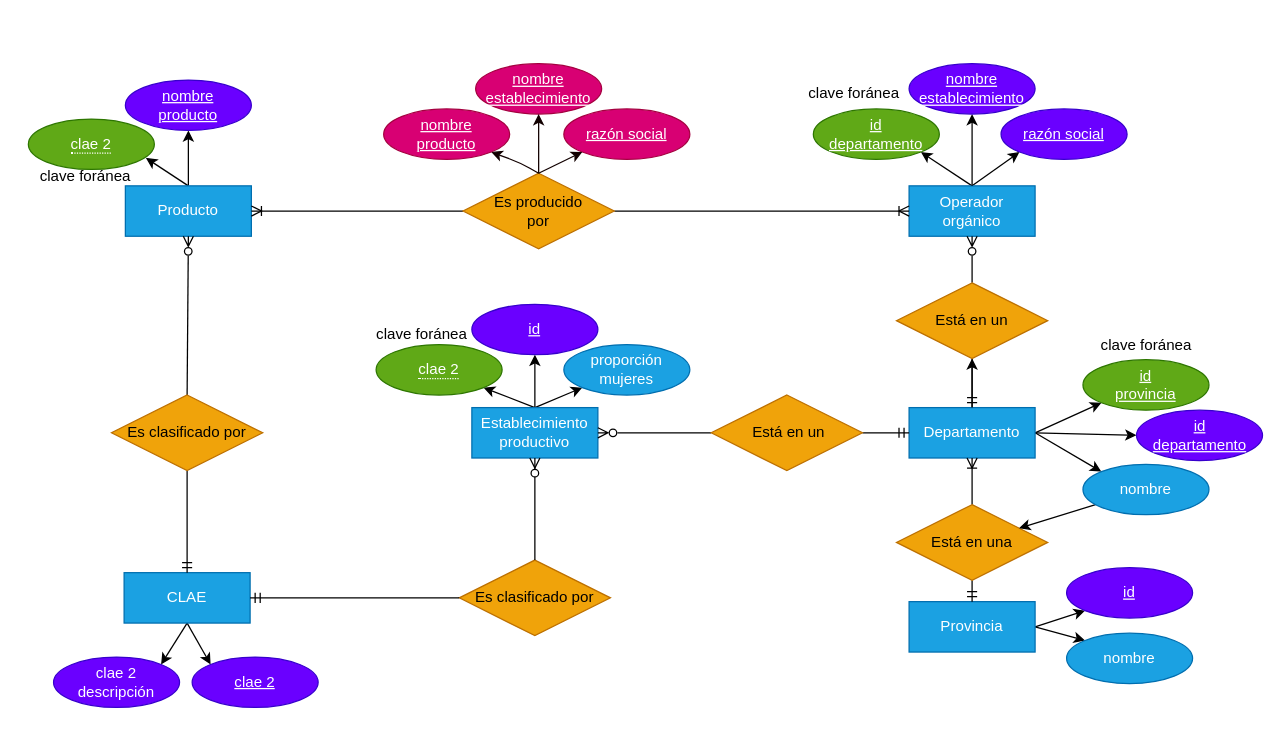
Earlier version of the draw.io diagram DER.drawio (MarioSigal/TPs-Laboratorio_de_Datos). Source tidied: cells renumbered, new cells numbered last; positions are measured from the earlier drawing's top-left corner, leaving out a move shared by most shapes. Both pictures are drawn from the tidied source at 126%, with x=0, y=0 at pixel (21, 63).
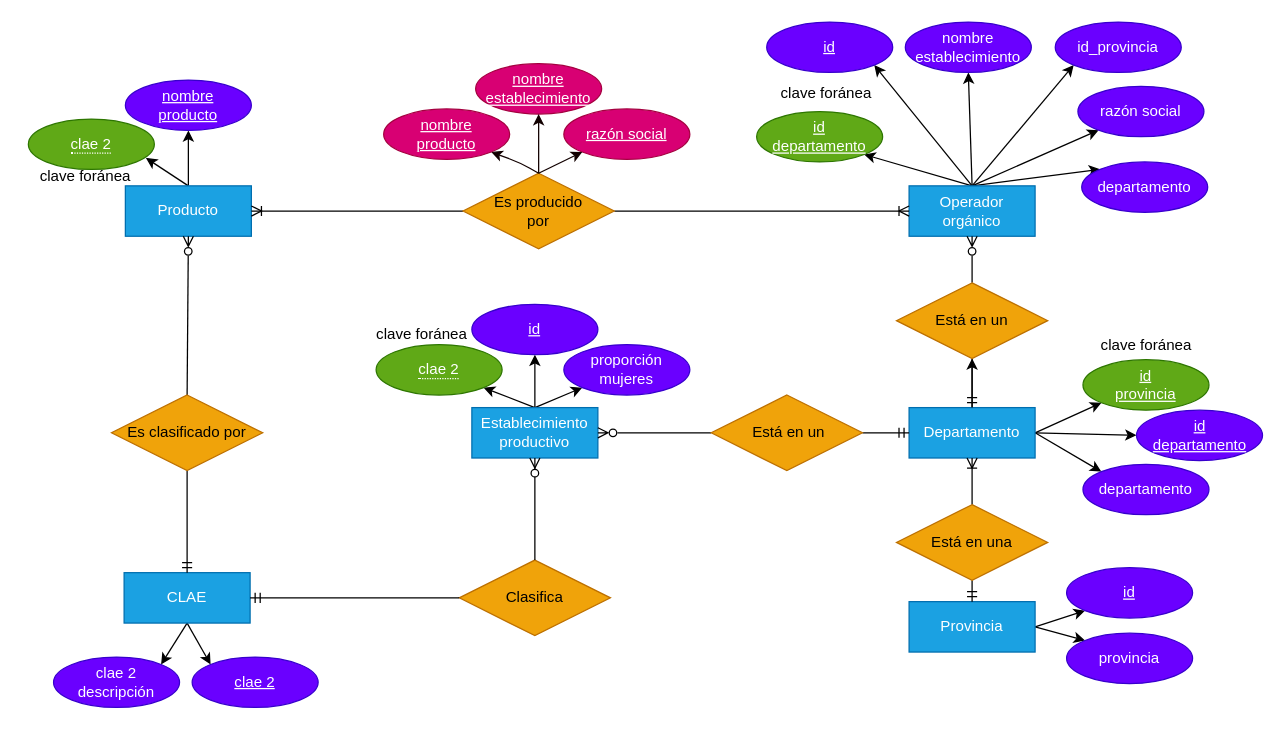
After the change.

Unchanged cells that the change refers to:
```xml
<mxCell id="4" value="Operador&lt;br&gt;orgánico" style="whiteSpace=wrap;html=1;align=center;fillColor=#1ba1e2;fontColor=#ffffff;strokeColor=#006EAF;" parent="1" vertex="1">
  <mxGeometry x="704" y="97" width="100" height="40" as="geometry" />
</mxCell>
<mxCell id="24" value="Está en una" style="shape=rhombus;perimeter=rhombusPerimeter;whiteSpace=wrap;html=1;align=center;fillColor=#f0a30a;fontColor=#000000;strokeColor=#BD7000;" parent="1" vertex="1">
  <mxGeometry x="694" y="350" width="120" height="60" as="geometry" />
</mxCell>
```

What changed in the source:
```diff
@@
+    <mxCell id="3" style="edgeStyle=none;html=1;entryX=1;entryY=1;entryDx=0;entryDy=0;strokeColor=#000000;fontColor=#000000;startArrow=none;startFill=0;endArrow=classic;endFill=1;exitX=0.5;exitY=0;exitDx=0;exitDy=0;" parent="1" edge="1" source="4" target="51">
+      <mxGeometry relative="1" as="geometry" />
+    </mxCell>
+    <mxCell id="68" style="edgeStyle=none;html=1;exitX=0.5;exitY=0;exitDx=0;exitDy=0;entryX=1;entryY=1;entryDx=0;entryDy=0;strokeColor=#000000;" parent="1" edge="1" source="4" target="73">
+      <mxGeometry relative="1" as="geometry" />
+    </mxCell>
+    <mxCell id="37" style="edgeStyle=none;html=1;exitX=0.5;exitY=0;exitDx=0;exitDy=0;entryX=0.5;entryY=1;entryDx=0;entryDy=0;strokeColor=#000000;" parent="1" edge="1" source="4" target="38">
+      <mxGeometry relative="1" as="geometry" />
+    </mxCell>
+    <mxCell id="69" style="edgeStyle=none;html=1;exitX=0.5;exitY=0;exitDx=0;exitDy=0;entryX=0;entryY=1;entryDx=0;entryDy=0;strokeColor=#000000;" parent="1" edge="1" source="4" target="72">
+      <mxGeometry relative="1" as="geometry" />
+    </mxCell>
-    <mxCell id="2" style="edgeStyle=none;html=1;exitX=0.5;exitY=0;exitDx=0;exitDy=0;strokeColor=#000000;entryX=0;entryY=1;entryDx=0;entryDy=0;" parent="1" edge="1" source="4" target="36">
+    <mxCell id="2" style="edgeStyle=none;html=1;exitX=0.5;exitY=0;exitDx=0;exitDy=0;strokeColor=#000000;" parent="1" edge="1" source="4" target="36">
       <mxGeometry relative="1" as="geometry" />
     </mxCell>
-    <mxCell id="3" style="edgeStyle=none;html=1;entryX=1;entryY=1;entryDx=0;entryDy=0;strokeColor=#000000;fontColor=#000000;startArrow=none;startFill=0;endArrow=classic;endFill=1;exitX=0.5;exitY=0;exitDx=0;exitDy=0;" parent="1" edge="1" source="4" target="51">
-      <mxGeometry relative="1" as="geometry" />
-    </mxCell>
+    <mxCell id="70" style="edgeStyle=none;html=1;exitX=0.5;exitY=0;exitDx=0;exitDy=0;entryX=0;entryY=0;entryDx=0;entryDy=0;strokeColor=#000000;" parent="1" edge="1" source="4" target="71">
+      <mxGeometry relative="1" as="geometry" />
+    </mxCell>
@@
-    <mxCell id="35" value="Es clasificado por" style="shape=rhombus;perimeter=rhombusPerimeter;whiteSpace=wrap;html=1;align=center;fillColor=#f0a30a;fontColor=#000000;strokeColor=#BD7000;" parent="1" vertex="1">
+    <mxCell id="35" value="Clasifica" style="shape=rhombus;perimeter=rhombusPerimeter;whiteSpace=wrap;html=1;align=center;fillColor=#f0a30a;fontColor=#000000;strokeColor=#BD7000;" parent="1" vertex="1">
       <mxGeometry x="347" y="394" width="120" height="60" as="geometry" />
     </mxCell>
-    <mxCell id="36" value="&lt;span style=&quot;color: rgb(255, 255, 255);&quot;&gt;razón social&lt;/span&gt;" style="ellipse;whiteSpace=wrap;html=1;align=center;fontStyle=4;fillColor=#6a00ff;fontColor=#ffffff;strokeColor=#3700CC;" parent="1" vertex="1">
-      <mxGeometry x="777" y="36" width="100" height="40" as="geometry" />
-    </mxCell>
-    <mxCell id="37" style="edgeStyle=none;html=1;exitX=0.5;exitY=0;exitDx=0;exitDy=0;entryX=0.5;entryY=1;entryDx=0;entryDy=0;strokeColor=#000000;endArrow=classic;startArrow=none;startFill=0;endFill=1;" parent="1" edge="1" source="4" target="38">
-      <mxGeometry relative="1" as="geometry" />
-    </mxCell>
-    <mxCell id="38" value="&lt;span style=&quot;color: rgb(255, 255, 255);&quot;&gt;nombre&lt;/span&gt;&lt;br style=&quot;color: rgb(255, 255, 255);&quot;&gt;&lt;span style=&quot;color: rgb(255, 255, 255);&quot;&gt;establecimiento&lt;/span&gt;" style="ellipse;whiteSpace=wrap;html=1;align=center;fontStyle=4;fillColor=#6a00ff;fontColor=#ffffff;strokeColor=#3700CC;" parent="1" vertex="1">
-      <mxGeometry x="704" width="100" height="40" as="geometry" />
-    </mxCell>
@@
-    <mxCell id="42" value="nombre" style="ellipse;whiteSpace=wrap;html=1;align=center;fillColor=#1ba1e2;fontColor=#ffffff;strokeColor=#006EAF;" parent="1" vertex="1">
+    <mxCell id="42" value="provincia" style="ellipse;whiteSpace=wrap;html=1;align=center;fillColor=#6a00ff;fontColor=#ffffff;strokeColor=#3700CC;" parent="1" vertex="1">
       <mxGeometry x="829" y="452" width="100" height="40" as="geometry" />
     </mxCell>
-    <mxCell id="43" style="edgeStyle=none;html=1;" parent="1" edge="1" source="44" target="24">
-      <mxGeometry relative="1" as="geometry" />
-    </mxCell>
-    <mxCell id="44" value="nombre" style="ellipse;whiteSpace=wrap;html=1;align=center;fillColor=#1ba1e2;fontColor=#ffffff;strokeColor=#006EAF;" parent="1" vertex="1">
+    <mxCell id="44" value="departamento" style="ellipse;whiteSpace=wrap;html=1;align=center;fillColor=#6a00ff;fontColor=#ffffff;strokeColor=#3700CC;" parent="1" vertex="1">
       <mxGeometry x="842" y="318" width="100" height="40" as="geometry" />
     </mxCell>
@@
-    <mxCell id="46" value="proporción&lt;br&gt;mujeres" style="ellipse;whiteSpace=wrap;html=1;align=center;fillColor=#1ba1e2;fontColor=#ffffff;strokeColor=#006EAF;" parent="1" vertex="1">
+    <mxCell id="46" value="proporción&lt;br&gt;mujeres" style="ellipse;whiteSpace=wrap;html=1;align=center;fillColor=#6a00ff;fontColor=#ffffff;strokeColor=#3700CC;" parent="1" vertex="1">
       <mxGeometry x="430" y="223" width="100" height="40" as="geometry" />
     </mxCell>
@@
     <mxCell id="51" value="id&lt;br&gt;departamento" style="ellipse;whiteSpace=wrap;html=1;align=center;fontStyle=4;fillColor=#60a917;fontColor=#ffffff;strokeColor=#2D7600;" parent="1" vertex="1">
-      <mxGeometry x="628" y="36" width="100" height="40" as="geometry" />
+      <mxGeometry x="583" y="38" width="100" height="40" as="geometry" />
     </mxCell>
@@
     <mxCell id="54" value="&lt;font color=&quot;#000000&quot;&gt;clave foránea&lt;/font&gt;" style="text;html=1;align=center;verticalAlign=middle;strokeColor=none;fillColor=none;" parent="1" vertex="1">
-      <mxGeometry x="610" y="7" width="99" height="33" as="geometry" />
+      <mxGeometry x="588" y="7" width="99" height="33" as="geometry" />
     </mxCell>
@@
+    <mxCell id="71" value="departamento" style="ellipse;whiteSpace=wrap;html=1;align=center;fillColor=#6a00ff;fontColor=#ffffff;strokeColor=#3700CC;" parent="1" vertex="1">
+      <mxGeometry x="841" y="78" width="100" height="40" as="geometry" />
+    </mxCell>
+    <mxCell id="72" value="id_provincia" style="ellipse;whiteSpace=wrap;html=1;align=center;fillColor=#6a00ff;fontColor=#ffffff;strokeColor=#3700CC;" parent="1" vertex="1">
+      <mxGeometry x="820" y="-33" width="100" height="40" as="geometry" />
+    </mxCell>
+    <mxCell id="38" value="&lt;span style=&quot;color: rgb(255, 255, 255);&quot;&gt;nombre&lt;/span&gt;&lt;br style=&quot;color: rgb(255, 255, 255);&quot;&gt;&lt;span style=&quot;color: rgb(255, 255, 255);&quot;&gt;establecimiento&lt;/span&gt;" style="ellipse;whiteSpace=wrap;html=1;align=center;fillColor=#6a00ff;fontColor=#ffffff;strokeColor=#3700CC;" parent="1" vertex="1">
+      <mxGeometry x="701" y="-33" width="100" height="40" as="geometry" />
+    </mxCell>
+    <mxCell id="36" value="razón social" style="ellipse;whiteSpace=wrap;html=1;align=center;fillColor=#6a00ff;fontColor=#ffffff;strokeColor=#3700CC;" parent="1" vertex="1">
+      <mxGeometry x="838" y="18" width="100" height="40" as="geometry" />
+    </mxCell>
+    <mxCell id="73" value="id" style="ellipse;whiteSpace=wrap;html=1;align=center;fontStyle=4;fillColor=#6a00ff;fontColor=#ffffff;strokeColor=#3700CC;" parent="1" vertex="1">
+      <mxGeometry x="591" y="-33" width="100" height="40" as="geometry" />
+    </mxCell>
```
